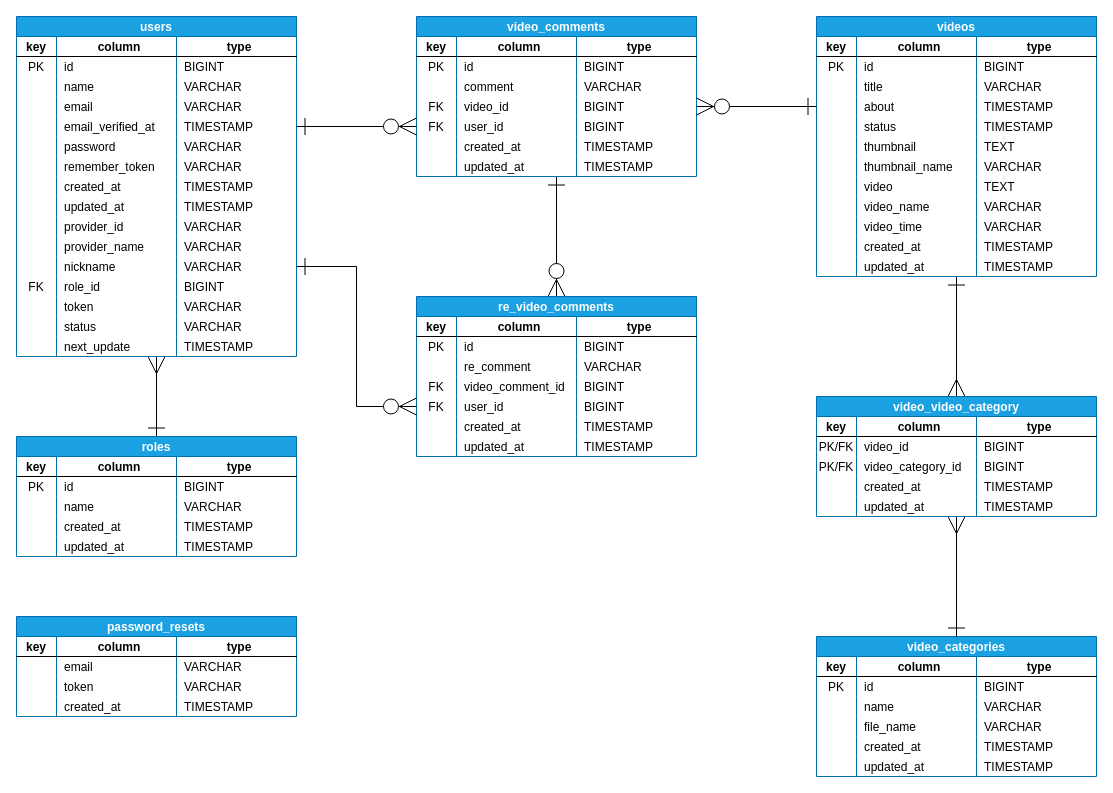
Above: ER.dio in kiyo1031r1/laravel-vuejs (draw.io), before the change. Source tidied: cells renumbered, new cells numbered last; positions are measured from the earlier drawing's top-left corner, leaving out a move shared by most shapes. Both pictures are drawn from the tidied source at 100%, with x=0, y=0 at pixel (16, 16).
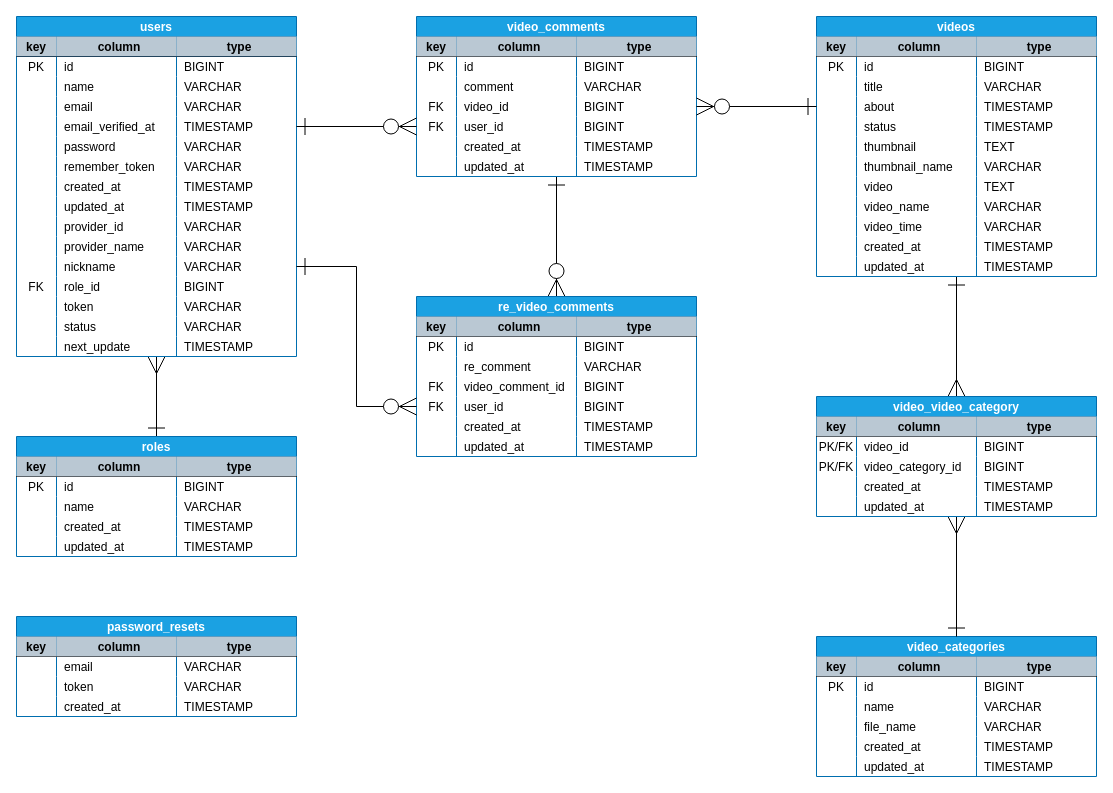
After the change.

Unchanged cells that the change refers to:
```xml
<mxCell id="4" style="shape=partialRectangle;fillColor=none;top=0;left=0;bottom=0;right=0;" parent="3" vertex="1">
  <mxGeometry y="20" width="280" height="20" as="geometry" />
</mxCell>
<mxCell id="69" style="shape=partialRectangle;fillColor=none;top=0;left=0;bottom=1;right=0;" parent="68" vertex="1">
  <mxGeometry y="20" width="280" height="20" as="geometry" />
</mxCell>
<mxCell id="91" style="shape=partialRectangle;fillColor=none;top=0;left=0;bottom=1;right=0;" parent="90" vertex="1">
  <mxGeometry y="20" width="280" height="20" as="geometry" />
</mxCell>
<mxCell id="140" style="shape=partialRectangle;fillColor=none;top=0;left=0;bottom=1;right=0;" parent="139" vertex="1">
  <mxGeometry y="20" width="280" height="20" as="geometry" />
</mxCell>
<mxCell id="166" style="shape=partialRectangle;fillColor=none;top=0;left=0;bottom=1;right=0;" parent="165" vertex="1">
  <mxGeometry y="20" width="280" height="20" as="geometry" />
</mxCell>
<mxCell id="188" style="shape=partialRectangle;fillColor=none;top=0;left=0;bottom=1;right=0;" parent="187" vertex="1">
  <mxGeometry y="20" width="280" height="20" as="geometry" />
</mxCell>
<mxCell id="217" style="shape=partialRectangle;fillColor=none;top=0;left=0;bottom=1;right=0;" parent="216" vertex="1">
  <mxGeometry y="20" width="280" height="20" as="geometry" />
</mxCell>
<mxCell id="246" style="shape=partialRectangle;fillColor=none;top=0;left=0;bottom=1;right=0;" parent="245" vertex="1">
  <mxGeometry y="20" width="280" height="20" as="geometry" />
</mxCell>
```

The edit, as a diff of the source:
```diff
@@
-    <mxCell id="5" value="key" style="shape=partialRectangle;top=0;left=0;bottom=1;right=0;fontStyle=1;overflow=hidden;shadow=0;fillColor=none;" parent="4" vertex="1">
+    <mxCell id="5" value="key" style="shape=partialRectangle;top=0;left=0;bottom=1;right=0;fontStyle=1;overflow=hidden;shadow=0;fillColor=#bac8d3;strokeColor=#23445d;" parent="4" vertex="1">
       <mxGeometry width="40" height="20" as="geometry" />
     </mxCell>
-    <mxCell id="6" value="column" style="shape=partialRectangle;fillColor=none;top=0;left=0;bottom=1;right=0;align=center;spacingLeft=6;fontStyle=1;overflow=hidden;" parent="4" vertex="1">
+    <mxCell id="6" value="column" style="shape=partialRectangle;fillColor=#bac8d3;top=0;left=0;bottom=1;right=0;align=center;spacingLeft=6;fontStyle=1;overflow=hidden;strokeColor=#23445d;" parent="4" vertex="1">
       <mxGeometry x="40" width="120" height="20" as="geometry" />
     </mxCell>
-    <mxCell id="7" value="type" style="shape=partialRectangle;fillColor=none;top=0;left=0;bottom=1;right=0;align=center;spacingLeft=6;fontStyle=1;overflow=hidden;" parent="4" vertex="1">
+    <mxCell id="7" value="type" style="shape=partialRectangle;fillColor=#bac8d3;top=0;left=0;bottom=1;right=0;align=center;spacingLeft=6;fontStyle=1;overflow=hidden;strokeColor=#23445d;" parent="4" vertex="1">
       <mxGeometry x="160" width="120" height="20" as="geometry" />
     </mxCell>
@@
-    <mxCell id="70" value="key" style="shape=partialRectangle;fillColor=none;top=0;left=0;bottom=0;right=0;fontStyle=1;overflow=hidden;align=center;" parent="69" vertex="1">
+    <mxCell id="70" value="key" style="shape=partialRectangle;fillColor=#bac8d3;top=0;left=0;bottom=0;right=0;fontStyle=1;overflow=hidden;align=center;strokeColor=#23445d;" parent="69" vertex="1">
       <mxGeometry width="40" height="20" as="geometry" />
     </mxCell>
-    <mxCell id="71" value="column" style="shape=partialRectangle;fillColor=none;top=0;left=0;bottom=0;right=0;align=center;spacingLeft=6;fontStyle=1;overflow=hidden;" parent="69" vertex="1">
+    <mxCell id="71" value="column" style="shape=partialRectangle;fillColor=#bac8d3;top=0;left=0;bottom=0;right=0;align=center;spacingLeft=6;fontStyle=1;overflow=hidden;strokeColor=#23445d;" parent="69" vertex="1">
       <mxGeometry x="40" width="120" height="20" as="geometry" />
     </mxCell>
-    <mxCell id="72" value="type" style="shape=partialRectangle;fillColor=none;top=0;left=0;bottom=0;right=0;align=center;spacingLeft=6;fontStyle=1;overflow=hidden;" parent="69" vertex="1">
+    <mxCell id="72" value="type" style="shape=partialRectangle;fillColor=#bac8d3;top=0;left=0;bottom=0;right=0;align=center;spacingLeft=6;fontStyle=1;overflow=hidden;strokeColor=#23445d;" parent="69" vertex="1">
       <mxGeometry x="160" width="120" height="20" as="geometry" />
     </mxCell>
@@
-    <mxCell id="92" value="key" style="shape=partialRectangle;fillColor=none;top=0;left=0;bottom=0;right=0;fontStyle=1;overflow=hidden;align=center;" parent="91" vertex="1">
+    <mxCell id="92" value="key" style="shape=partialRectangle;fillColor=#bac8d3;top=0;left=0;bottom=0;right=0;fontStyle=1;overflow=hidden;align=center;strokeColor=#23445d;" parent="91" vertex="1">
       <mxGeometry width="40" height="20" as="geometry" />
     </mxCell>
-    <mxCell id="93" value="column" style="shape=partialRectangle;fillColor=none;top=0;left=0;bottom=0;right=0;align=center;spacingLeft=6;fontStyle=1;overflow=hidden;" parent="91" vertex="1">
+    <mxCell id="93" value="column" style="shape=partialRectangle;fillColor=#bac8d3;top=0;left=0;bottom=0;right=0;align=center;spacingLeft=6;fontStyle=1;overflow=hidden;strokeColor=#23445d;" parent="91" vertex="1">
       <mxGeometry x="40" width="120" height="20" as="geometry" />
     </mxCell>
-    <mxCell id="94" value="type" style="shape=partialRectangle;fillColor=none;top=0;left=0;bottom=0;right=0;align=center;spacingLeft=6;fontStyle=1;overflow=hidden;" parent="91" vertex="1">
+    <mxCell id="94" value="type" style="shape=partialRectangle;fillColor=#bac8d3;top=0;left=0;bottom=0;right=0;align=center;spacingLeft=6;fontStyle=1;overflow=hidden;strokeColor=#23445d;" parent="91" vertex="1">
       <mxGeometry x="160" width="120" height="20" as="geometry" />
     </mxCell>
@@
-    <mxCell id="141" value="key" style="shape=partialRectangle;fillColor=none;top=0;left=0;bottom=0;right=0;fontStyle=1;overflow=hidden;align=center;" parent="140" vertex="1">
+    <mxCell id="141" value="key" style="shape=partialRectangle;fillColor=#bac8d3;top=0;left=0;bottom=0;right=0;fontStyle=1;overflow=hidden;align=center;strokeColor=#23445d;" parent="140" vertex="1">
       <mxGeometry width="40" height="20" as="geometry" />
     </mxCell>
-    <mxCell id="142" value="column" style="shape=partialRectangle;fillColor=none;top=0;left=0;bottom=0;right=0;align=center;spacingLeft=6;fontStyle=1;overflow=hidden;" parent="140" vertex="1">
+    <mxCell id="142" value="column" style="shape=partialRectangle;fillColor=#bac8d3;top=0;left=0;bottom=0;right=0;align=center;spacingLeft=6;fontStyle=1;overflow=hidden;strokeColor=#23445d;" parent="140" vertex="1">
       <mxGeometry x="40" width="120" height="20" as="geometry" />
     </mxCell>
-    <mxCell id="143" value="type" style="shape=partialRectangle;fillColor=none;top=0;left=0;bottom=0;right=0;align=center;spacingLeft=6;fontStyle=1;overflow=hidden;" parent="140" vertex="1">
+    <mxCell id="143" value="type" style="shape=partialRectangle;fillColor=#bac8d3;top=0;left=0;bottom=0;right=0;align=center;spacingLeft=6;fontStyle=1;overflow=hidden;strokeColor=#23445d;" parent="140" vertex="1">
       <mxGeometry x="160" width="120" height="20" as="geometry" />
     </mxCell>
@@
-    <mxCell id="167" value="key" style="shape=partialRectangle;fillColor=none;top=0;left=0;bottom=0;right=0;fontStyle=1;overflow=hidden;align=center;" parent="166" vertex="1">
+    <mxCell id="167" value="key" style="shape=partialRectangle;fillColor=#bac8d3;top=0;left=0;bottom=0;right=0;fontStyle=1;overflow=hidden;align=center;strokeColor=#23445d;" parent="166" vertex="1">
       <mxGeometry width="40" height="20" as="geometry" />
     </mxCell>
-    <mxCell id="168" value="column" style="shape=partialRectangle;fillColor=none;top=0;left=0;bottom=0;right=0;align=center;spacingLeft=6;fontStyle=1;overflow=hidden;" parent="166" vertex="1">
+    <mxCell id="168" value="column" style="shape=partialRectangle;fillColor=#bac8d3;top=0;left=0;bottom=0;right=0;align=center;spacingLeft=6;fontStyle=1;overflow=hidden;strokeColor=#23445d;" parent="166" vertex="1">
       <mxGeometry x="40" width="120" height="20" as="geometry" />
     </mxCell>
-    <mxCell id="169" value="type" style="shape=partialRectangle;fillColor=none;top=0;left=0;bottom=0;right=0;align=center;spacingLeft=6;fontStyle=1;overflow=hidden;" parent="166" vertex="1">
+    <mxCell id="169" value="type" style="shape=partialRectangle;fillColor=#bac8d3;top=0;left=0;bottom=0;right=0;align=center;spacingLeft=6;fontStyle=1;overflow=hidden;strokeColor=#23445d;" parent="166" vertex="1">
       <mxGeometry x="160" width="120" height="20" as="geometry" />
     </mxCell>
@@
-    <mxCell id="189" value="key" style="shape=partialRectangle;fillColor=none;top=0;left=0;bottom=0;right=0;fontStyle=1;overflow=hidden;align=center;" parent="188" vertex="1">
+    <mxCell id="189" value="key" style="shape=partialRectangle;fillColor=#bac8d3;top=0;left=0;bottom=0;right=0;fontStyle=1;overflow=hidden;align=center;strokeColor=#23445d;" parent="188" vertex="1">
       <mxGeometry width="40" height="20" as="geometry" />
     </mxCell>
-    <mxCell id="190" value="column" style="shape=partialRectangle;fillColor=none;top=0;left=0;bottom=0;right=0;align=center;spacingLeft=6;fontStyle=1;overflow=hidden;" parent="188" vertex="1">
+    <mxCell id="190" value="column" style="shape=partialRectangle;fillColor=#bac8d3;top=0;left=0;bottom=0;right=0;align=center;spacingLeft=6;fontStyle=1;overflow=hidden;strokeColor=#23445d;" parent="188" vertex="1">
       <mxGeometry x="40" width="120" height="20" as="geometry" />
     </mxCell>
-    <mxCell id="191" value="type" style="shape=partialRectangle;fillColor=none;top=0;left=0;bottom=0;right=0;align=center;spacingLeft=6;fontStyle=1;overflow=hidden;" parent="188" vertex="1">
+    <mxCell id="191" value="type" style="shape=partialRectangle;fillColor=#bac8d3;top=0;left=0;bottom=0;right=0;align=center;spacingLeft=6;fontStyle=1;overflow=hidden;strokeColor=#23445d;" parent="188" vertex="1">
       <mxGeometry x="160" width="120" height="20" as="geometry" />
     </mxCell>
@@
-    <mxCell id="218" value="key" style="shape=partialRectangle;fillColor=none;top=0;left=0;bottom=0;right=0;fontStyle=1;overflow=hidden;align=center;" parent="217" vertex="1">
+    <mxCell id="218" value="key" style="shape=partialRectangle;fillColor=#bac8d3;top=0;left=0;bottom=0;right=0;fontStyle=1;overflow=hidden;align=center;strokeColor=#23445d;" parent="217" vertex="1">
       <mxGeometry width="40" height="20" as="geometry" />
     </mxCell>
-    <mxCell id="219" value="column" style="shape=partialRectangle;fillColor=none;top=0;left=0;bottom=0;right=0;align=center;spacingLeft=6;fontStyle=1;overflow=hidden;" parent="217" vertex="1">
+    <mxCell id="219" value="column" style="shape=partialRectangle;fillColor=#bac8d3;top=0;left=0;bottom=0;right=0;align=center;spacingLeft=6;fontStyle=1;overflow=hidden;strokeColor=#23445d;" parent="217" vertex="1">
       <mxGeometry x="40" width="120" height="20" as="geometry" />
     </mxCell>
-    <mxCell id="220" value="type" style="shape=partialRectangle;fillColor=none;top=0;left=0;bottom=0;right=0;align=center;spacingLeft=6;fontStyle=1;overflow=hidden;" parent="217" vertex="1">
+    <mxCell id="220" value="type" style="shape=partialRectangle;fillColor=#bac8d3;top=0;left=0;bottom=0;right=0;align=center;spacingLeft=6;fontStyle=1;overflow=hidden;strokeColor=#23445d;" parent="217" vertex="1">
       <mxGeometry x="160" width="120" height="20" as="geometry" />
     </mxCell>
@@
-    <mxCell id="247" value="key" style="shape=partialRectangle;fillColor=none;top=0;left=0;bottom=0;right=0;fontStyle=1;overflow=hidden;align=center;" parent="246" vertex="1">
+    <mxCell id="247" value="key" style="shape=partialRectangle;fillColor=#bac8d3;top=0;left=0;bottom=0;right=0;fontStyle=1;overflow=hidden;align=center;strokeColor=#23445d;" parent="246" vertex="1">
       <mxGeometry width="40" height="20" as="geometry" />
     </mxCell>
-    <mxCell id="248" value="column" style="shape=partialRectangle;fillColor=none;top=0;left=0;bottom=0;right=0;align=center;spacingLeft=6;fontStyle=1;overflow=hidden;" parent="246" vertex="1">
+    <mxCell id="248" value="column" style="shape=partialRectangle;fillColor=#bac8d3;top=0;left=0;bottom=0;right=0;align=center;spacingLeft=6;fontStyle=1;overflow=hidden;strokeColor=#23445d;" parent="246" vertex="1">
       <mxGeometry x="40" width="120" height="20" as="geometry" />
     </mxCell>
-    <mxCell id="249" value="type" style="shape=partialRectangle;fillColor=none;top=0;left=0;bottom=0;right=0;align=center;spacingLeft=6;fontStyle=1;overflow=hidden;" parent="246" vertex="1">
+    <mxCell id="249" value="type" style="shape=partialRectangle;fillColor=#bac8d3;top=0;left=0;bottom=0;right=0;align=center;spacingLeft=6;fontStyle=1;overflow=hidden;strokeColor=#23445d;" parent="246" vertex="1">
       <mxGeometry x="160" width="120" height="20" as="geometry" />
     </mxCell>
```
